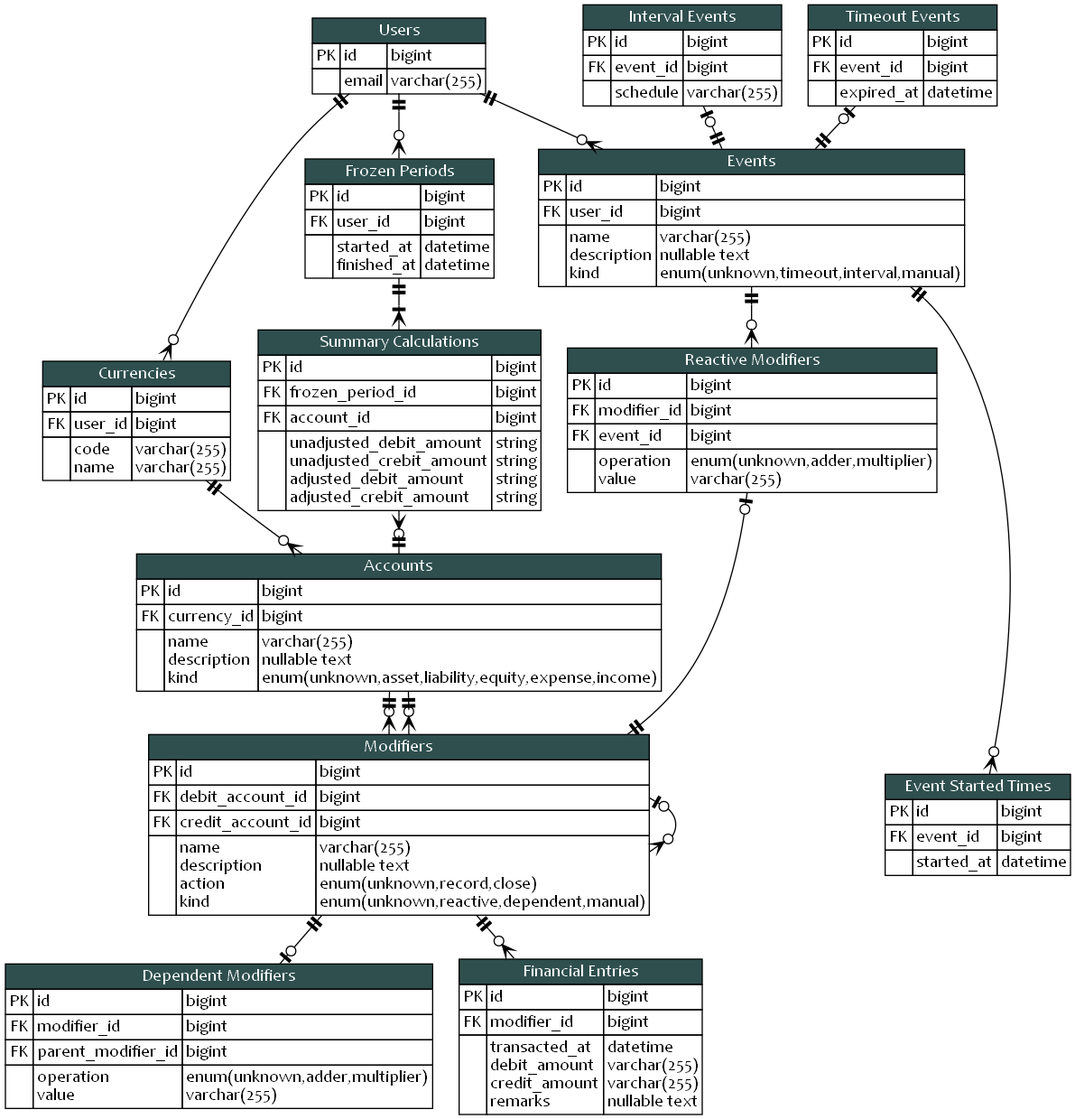
The Graphviz diagram blueprint/erd.png in KennethTrecy/peratorakka_server, before a commit. Its source is kept beside it as blueprint/erd.dot.
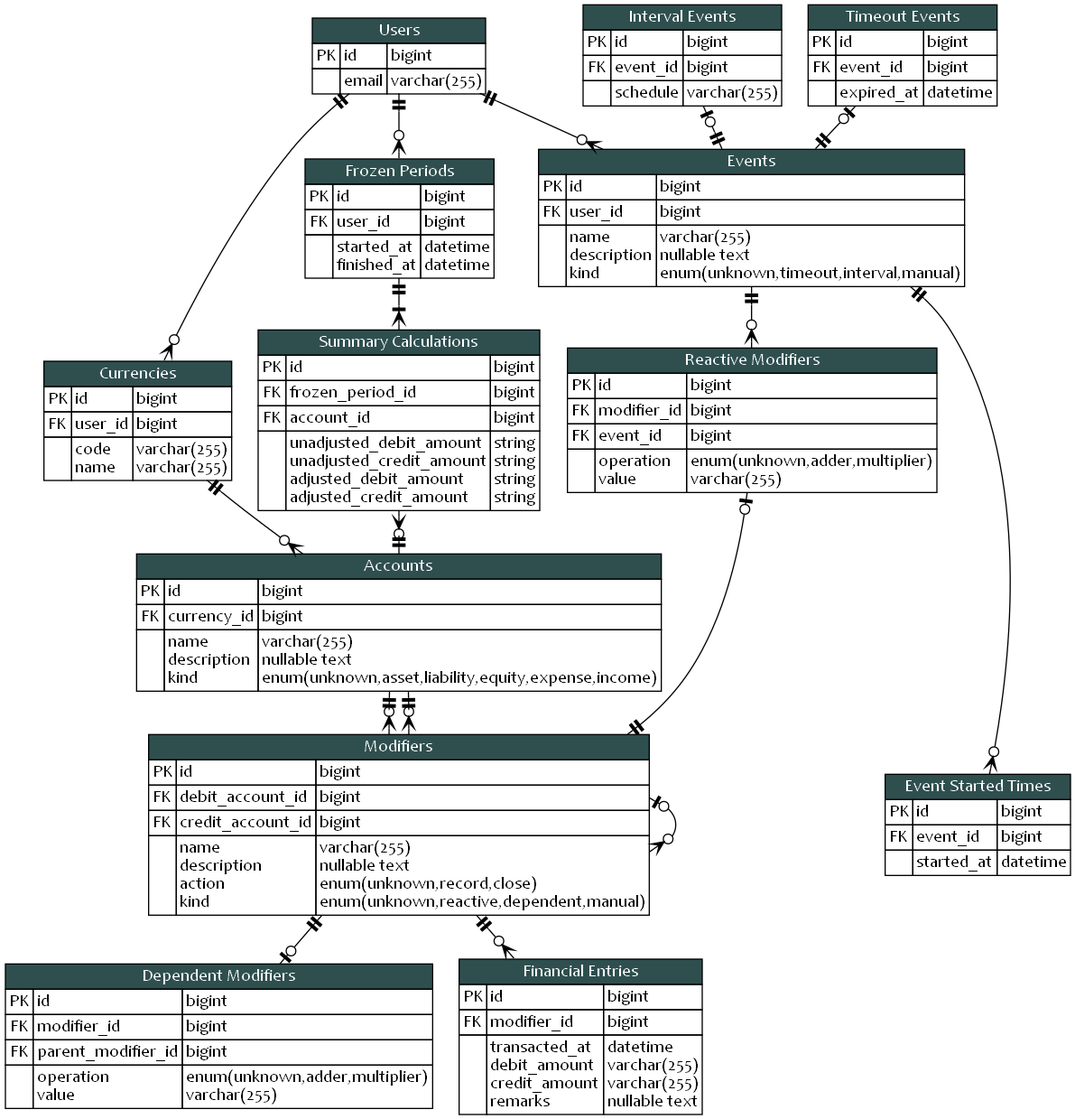
The same diagram one commit later.

Commit message:
docs(blueprint): correct the misspelling of the credit

The edit, as a diff of the source:
```diff
@@ -457,9 +457,9 @@
 					<td></td>
 					<td align="left">
 						unadjusted_debit_amount<br align="left"/>
-						unadjusted_crebit_amount<br align="left"/>
+						unadjusted_credit_amount<br align="left"/>
 						adjusted_debit_amount<br align="left"/>
-						adjusted_crebit_amount<br align="left"/>
+						adjusted_credit_amount<br align="left"/>
 					</td>
 					<td align="left">
 						string<br align="left"/>
```
